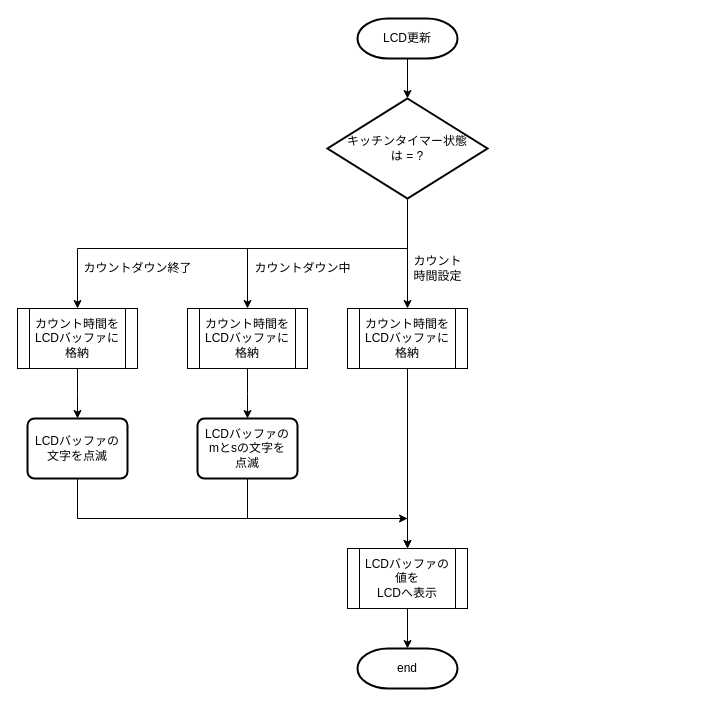
Above: page "LCDClass" (1 of 2) of 資料/設計/フローチャート/LCDClass/flowchart_LCDClass_v0.3.drawio in hakohumi/comp.Kitchen_Timer (draw.io), before the change. Source tidied: cells renumbered, new cells numbered last; positions are measured from the earlier drawing's top-left corner, leaving out a move shared by most shapes. Both pictures are drawn from the tidied source at 100%, with x=0, y=0 at pixel (17, 18).
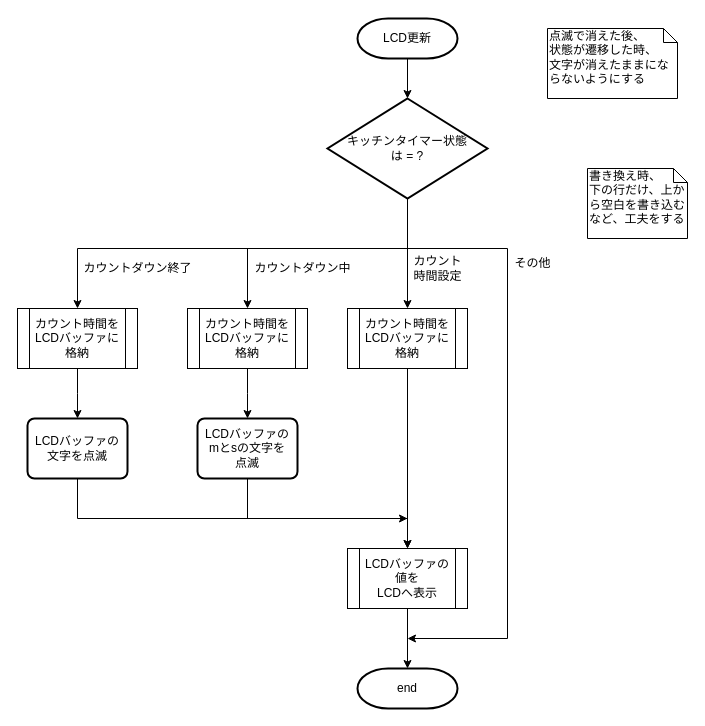
The same page after the edit.

The change refers to these unchanged cells:
```xml
<mxCell id="10" value="キッチンタイマー状態&lt;br&gt;は = ?" style="strokeWidth=2;html=1;shape=mxgraph.flowchart.decision;whiteSpace=wrap;" parent="1" vertex="1">
  <mxGeometry x="310" y="80" width="160" height="100" as="geometry" />
</mxCell>
```

What changed in the source:
```diff
@@
     <mxCell id="4" value="end" style="strokeWidth=2;html=1;shape=mxgraph.flowchart.terminator;whiteSpace=wrap;" parent="1" vertex="1">
-      <mxGeometry x="340" y="630" width="100" height="40" as="geometry" />
+      <mxGeometry x="340" y="650" width="100" height="40" as="geometry" />
     </mxCell>
@@
+    <mxCell id="25" style="edgeStyle=orthogonalEdgeStyle;rounded=0;jettySize=auto;html=1;" parent="1" edge="1" source="10">
+      <mxGeometry relative="1" as="geometry">
+        <mxPoint x="390" y="620" as="targetPoint" />
+        <Array as="points">
+          <mxPoint x="390" y="230" />
+          <mxPoint x="490" y="230" />
+          <mxPoint x="490" y="620" />
+          <mxPoint x="390" y="620" />
+        </Array>
+      </mxGeometry>
+    </mxCell>
@@
+    <mxCell id="26" value="その他" style="text;html=1;align=center;verticalAlign=middle;" parent="1" vertex="1">
+      <mxGeometry x="490" y="235" width="50" height="20" as="geometry" />
+    </mxCell>
+    <mxCell id="27" value="点滅で消えた後、&lt;br&gt;状態が遷移した時、&lt;br&gt;文字が消えたままにならないようにする" style="shape=note;whiteSpace=wrap;html=1;size=14;verticalAlign=top;align=left;spacingTop=-6;" parent="1" vertex="1">
+      <mxGeometry x="530" y="10" width="130" height="70" as="geometry" />
+    </mxCell>
+    <mxCell id="28" value="書き換え時、&lt;br&gt;下の行だけ、上から空白を書き込むなど、工夫をする" style="shape=note;whiteSpace=wrap;html=1;size=14;verticalAlign=top;align=left;spacingTop=-6;" parent="1" vertex="1">
+      <mxGeometry x="570" y="150" width="100" height="70" as="geometry" />
+    </mxCell>
```
